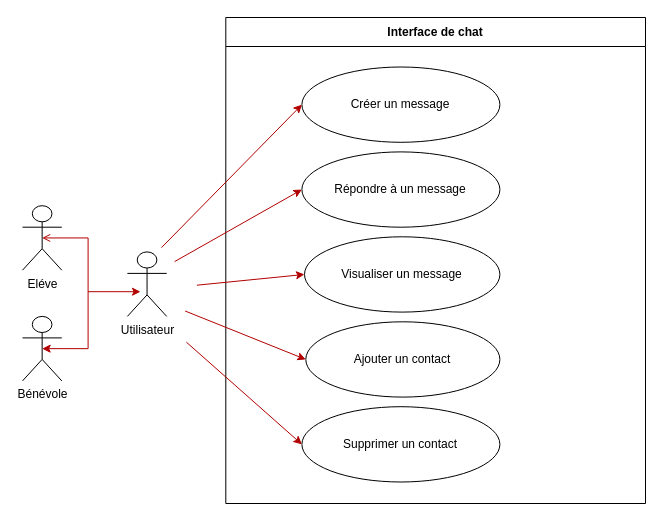
diamouhamed/P3-OC keeps this draw.io diagram as page "Interface de chat" (4 of 6) of Diagrammes/Diagrammes.drawio. Above is the earlier version. Source tidied: cells renumbered, new cells numbered last; positions are measured from the earlier drawing's top-left corner, leaving out a move shared by most shapes. Both pictures are drawn from the tidied source at 100%, with x=0, y=0 at pixel (22, 17).
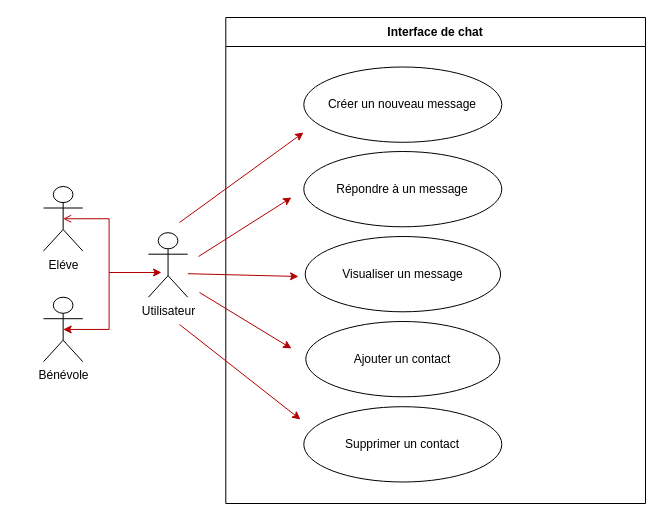
After the change.

Unchanged cells that the change refers to:
```xml
<mxCell id="2" style="group;" parent="1" vertex="1">
  <mxGeometry width="623" height="486" as="geometry" />
</mxCell>
<mxCell id="3" value="Interface de chat" style="swimlane;whiteSpace=wrap;startSize=29;" parent="2" vertex="1">
  <mxGeometry x="203.3" width="419.7" height="486" as="geometry" />
</mxCell>
```

Change to the diagram source:
```diff
@@
     <mxCell id="4" value="Ajouter un contact" style="ellipse;whiteSpace=wrap;html=1;labelBackgroundColor=none;fontSize=12;fontColor=#000000;strokeColor=default;" parent="3" vertex="1">
-      <mxGeometry x="80" y="304.3" width="194.1" height="75.3" as="geometry" />
+      <mxGeometry x="80" y="304" width="194.1" height="75.3" as="geometry" />
     </mxCell>
     <mxCell id="5" value="Visualiser un message" style="ellipse;whiteSpace=wrap;html=1;labelBackgroundColor=none;fontSize=12;fontColor=#000000;strokeColor=default;" parent="3" vertex="1">
-      <mxGeometry x="78.7" y="219.3" width="195.4" height="75.3" as="geometry" />
+      <mxGeometry x="79.4" y="219" width="195.4" height="75.3" as="geometry" />
     </mxCell>
     <mxCell id="6" value="Répondre à un message" style="ellipse;whiteSpace=wrap;html=1;labelBackgroundColor=none;fontSize=12;fontColor=#000000;strokeColor=default;" parent="3" vertex="1">
-      <mxGeometry x="76.1" y="134.4" width="198" height="75.3" as="geometry" />
+      <mxGeometry x="78" y="134" width="198" height="75.3" as="geometry" />
     </mxCell>
-    <mxCell id="7" style="endArrow=classic;html=1;rounded=0;fontSize=12;fontColor=#000000;entryX=0;entryY=0.5;entryDx=0;entryDy=0;fillColor=#e51400;strokeColor=#B20000;" parent="3" edge="1" target="5">
-      <mxGeometry relative="1" as="geometry">
-        <mxPoint x="-28.9" y="267.7" as="sourcePoint" />
-      </mxGeometry>
-    </mxCell>
-    <mxCell id="8" style="endArrow=classic;html=1;rounded=0;fontSize=12;fontColor=#000000;entryX=0;entryY=0.5;entryDx=0;entryDy=0;fillColor=#e51400;strokeColor=#B20000;" parent="3" edge="1" target="6">
-      <mxGeometry relative="1" as="geometry">
-        <mxPoint x="-51.2" y="244.1" as="sourcePoint" />
-      </mxGeometry>
-    </mxCell>
-    <mxCell id="9" value="Créer un message" style="ellipse;whiteSpace=wrap;html=1;labelBackgroundColor=none;fontSize=12;fontColor=#000000;strokeColor=default;" parent="3" vertex="1">
-      <mxGeometry x="76.1" y="49.5" width="198" height="75.3" as="geometry" />
+    <mxCell id="9" value="Créer un nouveau message" style="ellipse;whiteSpace=wrap;html=1;labelBackgroundColor=none;fontSize=12;fontColor=#000000;strokeColor=default;" parent="3" vertex="1">
+      <mxGeometry x="78" y="49.5" width="198" height="75.3" as="geometry" />
     </mxCell>
     <mxCell id="10" value="Supprimer un contact" style="ellipse;whiteSpace=wrap;html=1;labelBackgroundColor=none;fontSize=12;fontColor=#000000;strokeColor=default;" parent="3" vertex="1">
-      <mxGeometry x="76.1" y="389.2" width="198" height="75.3" as="geometry" />
+      <mxGeometry x="78" y="389.2" width="198" height="75.3" as="geometry" />
     </mxCell>
-    <mxCell id="11" style="group;" parent="2" vertex="1">
-      <mxGeometry y="188.2" width="144.3" height="175.3" as="geometry" />
+    <mxCell id="11" style="group;" parent="3" vertex="1">
+      <mxGeometry x="-182.3" y="169" width="144.3" height="175.3" as="geometry" />
     </mxCell>
@@
-    <mxCell id="17" style="endArrow=classic;html=1;rounded=0;fontSize=12;fontColor=#000000;fillColor=#e51400;strokeColor=#B20000;entryX=0;entryY=0.5;entryDx=0;entryDy=0;" parent="2" edge="1" target="10">
-      <mxGeometry relative="1" as="geometry">
-        <mxPoint x="163.9" y="324.7" as="sourcePoint" />
-      </mxGeometry>
-    </mxCell>
-    <mxCell id="18" style="endArrow=classic;html=1;rounded=0;fontSize=12;fontColor=#000000;fillColor=#e51400;strokeColor=#B20000;entryX=0;entryY=0.5;entryDx=0;entryDy=0;" parent="2" edge="1" target="4">
-      <mxGeometry relative="1" as="geometry">
-        <mxPoint x="162.6" y="293.5" as="sourcePoint" />
-      </mxGeometry>
-    </mxCell>
-    <mxCell id="19" style="endArrow=classic;html=1;rounded=0;fontSize=12;fontColor=#000000;fillColor=#e51400;strokeColor=#B20000;entryX=0;entryY=0.5;entryDx=0;entryDy=0;" parent="2" edge="1" target="9">
-      <mxGeometry relative="1" as="geometry">
-        <mxPoint x="139" y="230.1" as="sourcePoint" />
-      </mxGeometry>
-    </mxCell>
+    <mxCell id="20" style="endArrow=classic;html=1;rounded=0;fontSize=12;fontColor=#000000;fillColor=#e51400;strokeColor=#B20000;" parent="3" edge="1">
+      <mxGeometry relative="1" as="geometry">
+        <mxPoint x="-38" y="256.2" as="sourcePoint" />
+        <mxPoint x="72.7" y="259" as="targetPoint" />
+      </mxGeometry>
+    </mxCell>
+    <mxCell id="21" style="endArrow=classic;html=1;rounded=0;fontSize=12;fontColor=#000000;fillColor=#e51400;strokeColor=#B20000;" parent="3" edge="1">
+      <mxGeometry relative="1" as="geometry">
+        <mxPoint x="-26.3" y="275" as="sourcePoint" />
+        <mxPoint x="65.7" y="331" as="targetPoint" />
+      </mxGeometry>
+    </mxCell>
+    <mxCell id="22" style="endArrow=classic;html=1;rounded=0;fontSize=12;fontColor=#000000;fillColor=#e51400;strokeColor=#B20000;" parent="2" edge="1">
+      <mxGeometry relative="1" as="geometry">
+        <mxPoint x="176" y="239" as="sourcePoint" />
+        <mxPoint x="269" y="180" as="targetPoint" />
+      </mxGeometry>
+    </mxCell>
+    <mxCell id="23" style="endArrow=classic;html=1;rounded=0;fontSize=12;fontColor=#000000;fillColor=#e51400;strokeColor=#B20000;" parent="2" edge="1">
+      <mxGeometry relative="1" as="geometry">
+        <mxPoint x="157" y="205" as="sourcePoint" />
+        <mxPoint x="281" y="115" as="targetPoint" />
+      </mxGeometry>
+    </mxCell>
+    <mxCell id="24" style="endArrow=classic;html=1;rounded=0;fontSize=12;fontColor=#000000;fillColor=#e51400;strokeColor=#B20000;" parent="2" edge="1">
+      <mxGeometry relative="1" as="geometry">
+        <mxPoint x="157" y="307" as="sourcePoint" />
+        <mxPoint x="278" y="402" as="targetPoint" />
+      </mxGeometry>
+    </mxCell>
```
